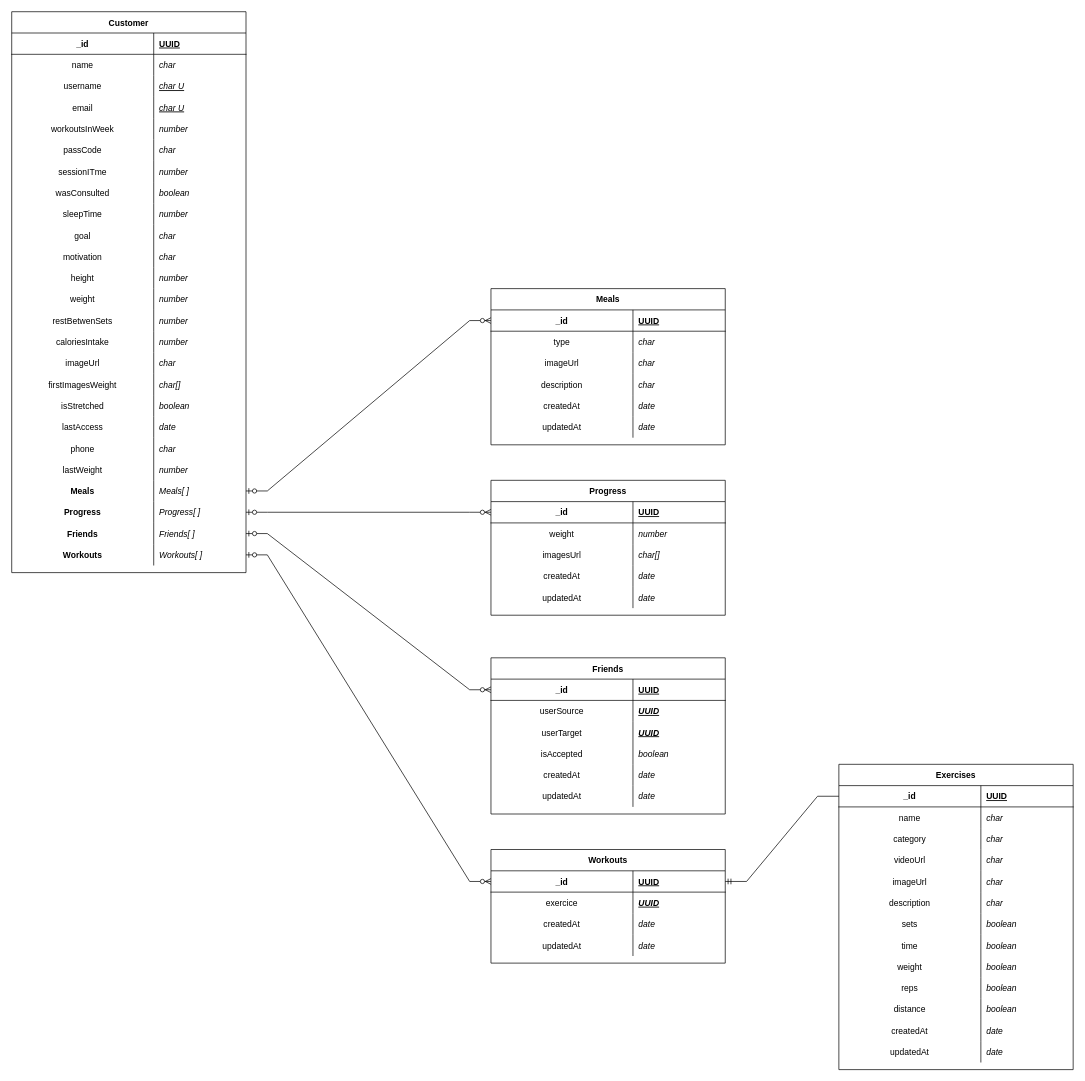
The draw.io diagram Diagrama sem nome.drawio in RyanD3g/diagram-iron-Trucker, before the edit. Source tidied: cells renumbered, new cells numbered last; positions are measured from the earlier drawing's top-left corner, leaving out a move shared by most shapes. Both pictures are drawn from the tidied source at 71%, with x=0, y=0 at pixel (11, 11).
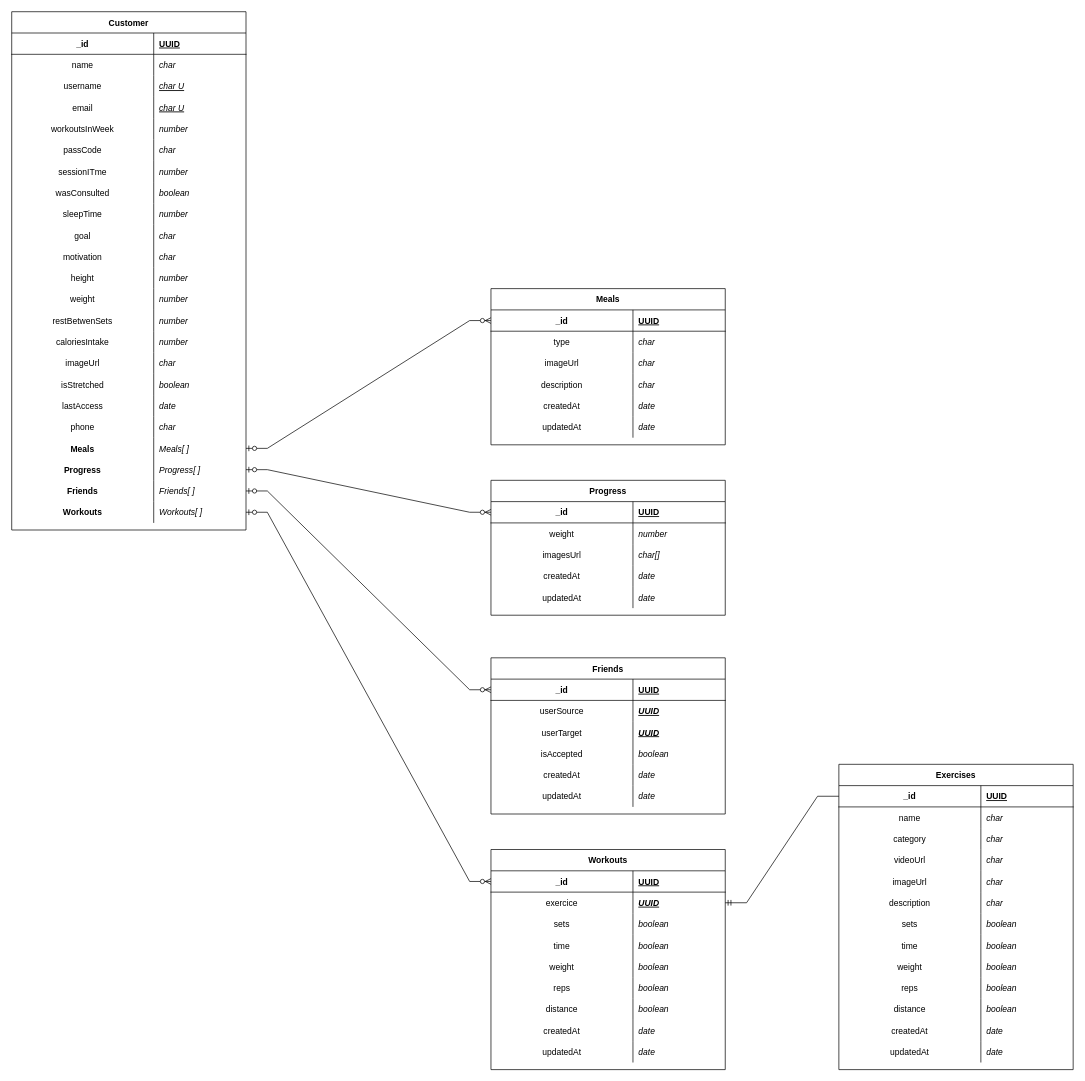
The same page after the edit.

Unchanged cells that the change refers to:
```xml
<mxCell id="136" style="shape=partialRectangle;fillColor=none;points=[[0,0.5],[1,0.5]];portConstraint=eastwest;top=0;left=0;right=0;bottom=1;" parent="135" vertex="1">
  <mxGeometry y="30" width="330" height="30" as="geometry" />
</mxCell>
<mxCell id="139" style="shape=partialRectangle;fillColor=none;points=[[0,0.5],[1,0.5]];portConstraint=eastwest;top=0;left=0;right=0;bottom=0;" parent="135" vertex="1">
  <mxGeometry y="60" width="330" height="30" as="geometry" />
</mxCell>
<mxCell id="151" style="shape=partialRectangle;fillColor=none;points=[[0,0.5],[1,0.5]];portConstraint=eastwest;top=0;left=0;right=0;bottom=1;" parent="150" vertex="1">
  <mxGeometry y="30" width="330" height="30" as="geometry" />
</mxCell>
```

Change to the diagram source:
```diff
@@
     <mxCell id="2" value="Customer" style="shape=table;startSize=30;childLayout=tableLayout;rowLines=0;fontStyle=1;align=center;" parent="1" vertex="1">
-      <mxGeometry width="330" height="790" as="geometry" />
+      <mxGeometry width="330" height="730" as="geometry" />
     </mxCell>
@@
-    <mxCell id="51" style="shape=partialRectangle;fillColor=none;top=0;left=0;right=0;bottom=0;" parent="2" vertex="1">
-      <mxGeometry y="510" width="330" height="30" as="geometry" />
-    </mxCell>
-    <mxCell id="52" value="firstImagesWeight" style="shape=partialRectangle;overflow=hidden;fillColor=none;top=0;left=0;bottom=0;right=0;" parent="51" vertex="1">
-      <mxGeometry width="200" height="30" as="geometry" />
-    </mxCell>
-    <mxCell id="53" value="char[]" style="shape=partialRectangle;overflow=hidden;fillColor=none;top=0;left=0;bottom=0;right=0;align=left;spacingLeft=6;fontStyle=2;" parent="51" vertex="1">
-      <mxGeometry x="200" width="130" height="30" as="geometry" />
-    </mxCell>
     <mxCell id="54" style="shape=partialRectangle;fillColor=none;top=0;left=0;right=0;bottom=0;" parent="2" vertex="1">
-      <mxGeometry y="540" width="330" height="30" as="geometry" />
+      <mxGeometry y="510" width="330" height="30" as="geometry" />
     </mxCell>
@@
     <mxCell id="57" style="shape=partialRectangle;fillColor=none;top=0;left=0;right=0;bottom=0;" parent="2" vertex="1">
-      <mxGeometry y="570" width="330" height="30" as="geometry" />
+      <mxGeometry y="540" width="330" height="30" as="geometry" />
     </mxCell>
@@
     <mxCell id="60" style="shape=partialRectangle;fillColor=none;top=0;left=0;right=0;bottom=0;" parent="2" vertex="1">
-      <mxGeometry y="600" width="330" height="30" as="geometry" />
+      <mxGeometry y="570" width="330" height="30" as="geometry" />
     </mxCell>
@@
-    <mxCell id="63" style="shape=partialRectangle;fillColor=none;top=0;left=0;right=0;bottom=0;" parent="2" vertex="1">
-      <mxGeometry y="630" width="330" height="30" as="geometry" />
-    </mxCell>
-    <mxCell id="64" value="lastWeight" style="shape=partialRectangle;overflow=hidden;fillColor=none;top=0;left=0;bottom=0;right=0;fontStyle=0;" parent="63" vertex="1">
-      <mxGeometry width="200" height="30" as="geometry" />
-    </mxCell>
-    <mxCell id="65" value="number" style="shape=partialRectangle;overflow=hidden;fillColor=none;top=0;left=0;bottom=0;right=0;align=left;spacingLeft=6;fontStyle=2;" parent="63" vertex="1">
-      <mxGeometry x="200" width="130" height="30" as="geometry" />
-    </mxCell>
     <mxCell id="66" style="shape=partialRectangle;fillColor=none;points=[[0,0.5],[1,0.5]];portConstraint=eastwest;top=0;left=0;right=0;bottom=0;" parent="2" vertex="1">
-      <mxGeometry y="660" width="330" height="30" as="geometry" />
+      <mxGeometry y="600" width="330" height="30" as="geometry" />
     </mxCell>
@@
     <mxCell id="69" style="shape=partialRectangle;fillColor=none;points=[[0,0.5],[1,0.5]];portConstraint=eastwest;top=0;left=0;right=0;bottom=0;" parent="2" vertex="1">
-      <mxGeometry y="690" width="330" height="30" as="geometry" />
+      <mxGeometry y="630" width="330" height="30" as="geometry" />
     </mxCell>
@@
     <mxCell id="72" style="shape=partialRectangle;fillColor=none;points=[[0,0.5],[1,0.5]];portConstraint=eastwest;top=0;left=0;right=0;bottom=0;" parent="2" vertex="1">
-      <mxGeometry y="720" width="330" height="30" as="geometry" />
+      <mxGeometry y="660" width="330" height="30" as="geometry" />
     </mxCell>
@@
     <mxCell id="75" style="shape=partialRectangle;fillColor=none;points=[[0,0.5],[1,0.5]];portConstraint=eastwest;top=0;left=0;right=0;bottom=0;" parent="2" vertex="1">
-      <mxGeometry y="750" width="330" height="30" as="geometry" />
+      <mxGeometry y="690" width="330" height="30" as="geometry" />
     </mxCell>
@@
     <mxCell id="135" value="Workouts" style="shape=table;startSize=30;childLayout=tableLayout;rowLines=0;fontStyle=1;align=center;" parent="1" vertex="1">
-      <mxGeometry x="675" y="1180" width="330" height="160" as="geometry" />
+      <mxGeometry x="675" y="1180" width="330" height="310" as="geometry" />
     </mxCell>
@@
+    <mxCell id="190" style="shape=partialRectangle;fillColor=none;top=0;left=0;right=0;bottom=0;" parent="135" vertex="1">
+      <mxGeometry y="90" width="330" height="30" as="geometry" />
+    </mxCell>
+    <mxCell id="191" value="sets" style="shape=partialRectangle;overflow=hidden;fillColor=none;top=0;left=0;bottom=0;right=0;" parent="190" vertex="1">
+      <mxGeometry width="200" height="30" as="geometry" />
+    </mxCell>
+    <mxCell id="192" value="boolean" style="shape=partialRectangle;overflow=hidden;fillColor=none;top=0;left=0;bottom=0;right=0;align=left;spacingLeft=6;fontStyle=2;" parent="190" vertex="1">
+      <mxGeometry x="200" width="130" height="30" as="geometry" />
+    </mxCell>
+    <mxCell id="193" style="shape=partialRectangle;fillColor=none;top=0;left=0;right=0;bottom=0;" parent="135" vertex="1">
+      <mxGeometry y="120" width="330" height="30" as="geometry" />
+    </mxCell>
+    <mxCell id="194" value="time" style="shape=partialRectangle;overflow=hidden;fillColor=none;top=0;left=0;bottom=0;right=0;" parent="193" vertex="1">
+      <mxGeometry width="200" height="30" as="geometry" />
+    </mxCell>
+    <mxCell id="195" value="boolean" style="shape=partialRectangle;overflow=hidden;fillColor=none;top=0;left=0;bottom=0;right=0;align=left;spacingLeft=6;fontStyle=2;" parent="193" vertex="1">
+      <mxGeometry x="200" width="130" height="30" as="geometry" />
+    </mxCell>
+    <mxCell id="196" style="shape=partialRectangle;fillColor=none;top=0;left=0;right=0;bottom=0;" parent="135" vertex="1">
+      <mxGeometry y="150" width="330" height="30" as="geometry" />
+    </mxCell>
+    <mxCell id="197" value="weight" style="shape=partialRectangle;overflow=hidden;fillColor=none;top=0;left=0;bottom=0;right=0;" parent="196" vertex="1">
+      <mxGeometry width="200" height="30" as="geometry" />
+    </mxCell>
+    <mxCell id="198" value="boolean" style="shape=partialRectangle;overflow=hidden;fillColor=none;top=0;left=0;bottom=0;right=0;align=left;spacingLeft=6;fontStyle=2;" parent="196" vertex="1">
+      <mxGeometry x="200" width="130" height="30" as="geometry" />
+    </mxCell>
+    <mxCell id="199" style="shape=partialRectangle;fillColor=none;top=0;left=0;right=0;bottom=0;" parent="135" vertex="1">
+      <mxGeometry y="180" width="330" height="30" as="geometry" />
+    </mxCell>
+    <mxCell id="200" value="reps" style="shape=partialRectangle;overflow=hidden;fillColor=none;top=0;left=0;bottom=0;right=0;" parent="199" vertex="1">
+      <mxGeometry width="200" height="30" as="geometry" />
+    </mxCell>
+    <mxCell id="201" value="boolean" style="shape=partialRectangle;overflow=hidden;fillColor=none;top=0;left=0;bottom=0;right=0;align=left;spacingLeft=6;fontStyle=2;" parent="199" vertex="1">
+      <mxGeometry x="200" width="130" height="30" as="geometry" />
+    </mxCell>
+    <mxCell id="202" style="shape=partialRectangle;fillColor=none;top=0;left=0;right=0;bottom=0;" parent="135" vertex="1">
+      <mxGeometry y="210" width="330" height="30" as="geometry" />
+    </mxCell>
+    <mxCell id="203" value="distance" style="shape=partialRectangle;overflow=hidden;fillColor=none;top=0;left=0;bottom=0;right=0;" parent="202" vertex="1">
+      <mxGeometry width="200" height="30" as="geometry" />
+    </mxCell>
+    <mxCell id="204" value="boolean" style="shape=partialRectangle;overflow=hidden;fillColor=none;top=0;left=0;bottom=0;right=0;align=left;spacingLeft=6;fontStyle=2;" parent="202" vertex="1">
+      <mxGeometry x="200" width="130" height="30" as="geometry" />
+    </mxCell>
     <mxCell id="142" style="shape=partialRectangle;fillColor=none;top=0;left=0;right=0;bottom=0;" parent="135" vertex="1">
-      <mxGeometry y="90" width="330" height="30" as="geometry" />
+      <mxGeometry y="240" width="330" height="30" as="geometry" />
     </mxCell>
@@
     <mxCell id="145" style="shape=partialRectangle;fillColor=none;top=0;left=0;right=0;bottom=0;" parent="135" vertex="1">
-      <mxGeometry y="120" width="330" height="30" as="geometry" />
+      <mxGeometry y="270" width="330" height="30" as="geometry" />
     </mxCell>
@@
-    <mxCell id="149" style="edgeStyle=entityRelationEdgeStyle;fontSize=12;html=1;endArrow=ERmandOne;rounded=0;entryX=1;entryY=0.5;entryDx=0;entryDy=0;exitX=0;exitY=0.5;exitDx=0;exitDy=0;" parent="1" edge="1" source="151" target="136">
+    <mxCell id="149" style="edgeStyle=entityRelationEdgeStyle;fontSize=12;html=1;endArrow=ERmandOne;rounded=0;entryX=1;entryY=0.5;entryDx=0;entryDy=0;exitX=0;exitY=0.5;exitDx=0;exitDy=0;" parent="1" edge="1" source="151" target="139">
       <mxGeometry relative="1" as="geometry" />
     </mxCell>
```
